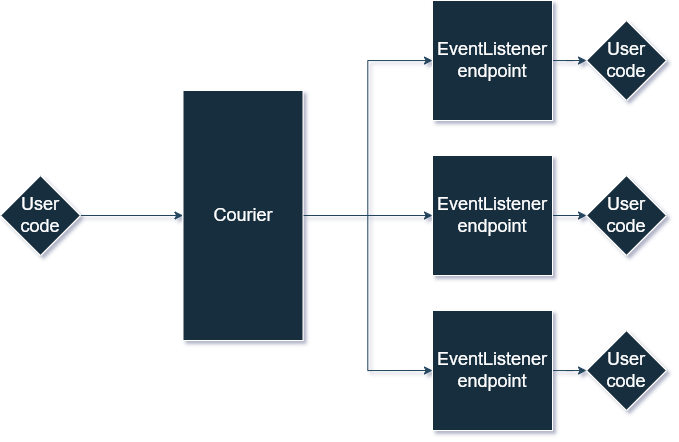
Above: docs/2-essentials/images/event-listener-package-life-cycle.drawio.png in VasiliyKolihalov/FatNetLib (draw.io), before the change. Source tidied: cells renumbered, new cells last; positions are measured from the earlier drawing's top-left corner, leaving out a move shared by most shapes.
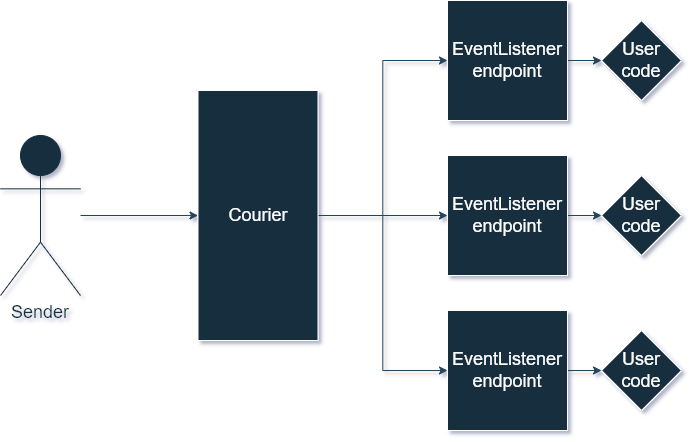
The same diagram one commit later.

The edit, as a diff of the source:
```diff
@@ -14,12 +14,9 @@
     <mxCell id="5" value="Courier" style="rounded=0;whiteSpace=wrap;html=1;strokeColor=#FFFFFF;fontColor=#FFFFFF;fillColor=#182E3E;labelBackgroundColor=none;fontSize=18;" parent="1" vertex="1">
       <mxGeometry x="182.5" y="90" width="120" height="250" as="geometry" />
     </mxCell>
-    <mxCell id="6" style="edgeStyle=orthogonalEdgeStyle;rounded=0;jettySize=auto;html=1;strokeColor=#23445D;" parent="1" edge="1" source="7" target="5">
+    <mxCell id="6" style="edgeStyle=orthogonalEdgeStyle;rounded=0;jettySize=auto;html=1;strokeColor=#23445D;" parent="1" edge="1" source="17" target="5">
       <mxGeometry relative="1" as="geometry" />
     </mxCell>
-    <mxCell id="7" value="User code" style="rhombus;whiteSpace=wrap;html=1;labelBackgroundColor=none;fillColor=#182E3E;strokeColor=#FFFFFF;fontColor=#FFFFFF;fontSize=18;" parent="1" vertex="1">
-      <mxGeometry y="175" width="80" height="80" as="geometry" />
-    </mxCell>
     <mxCell id="8" style="edgeStyle=orthogonalEdgeStyle;rounded=0;jettySize=auto;html=1;entryX=0;entryY=0.5;entryDx=0;entryDy=0;strokeColor=#23445D;" parent="1" edge="1" source="9" target="14">
       <mxGeometry relative="1" as="geometry" />
     </mxCell>
@@ -47,5 +44,8 @@
     <mxCell id="16" value="User code" style="rhombus;whiteSpace=wrap;html=1;labelBackgroundColor=none;fillColor=#182E3E;strokeColor=#FFFFFF;fontColor=#FFFFFF;fontSize=18;" parent="1" vertex="1">
       <mxGeometry x="586" y="330" width="80" height="80" as="geometry" />
     </mxCell>
+    <mxCell id="17" value="&lt;font color=&quot;#182e3e&quot;&gt;Sender&lt;/font&gt;" style="whiteSpace=wrap;html=1;labelBackgroundColor=none;fillColor=#182E3E;strokeColor=#182E3E;fontColor=#FFFFFF;fontSize=18;shape=umlActor;verticalLabelPosition=bottom;verticalAlign=top;outlineConnect=0;" parent="1" vertex="1">
+      <mxGeometry x="-15" y="135" width="80" height="160" as="geometry" />
+    </mxCell>
   </root>
 </mxGraphModel>
```
